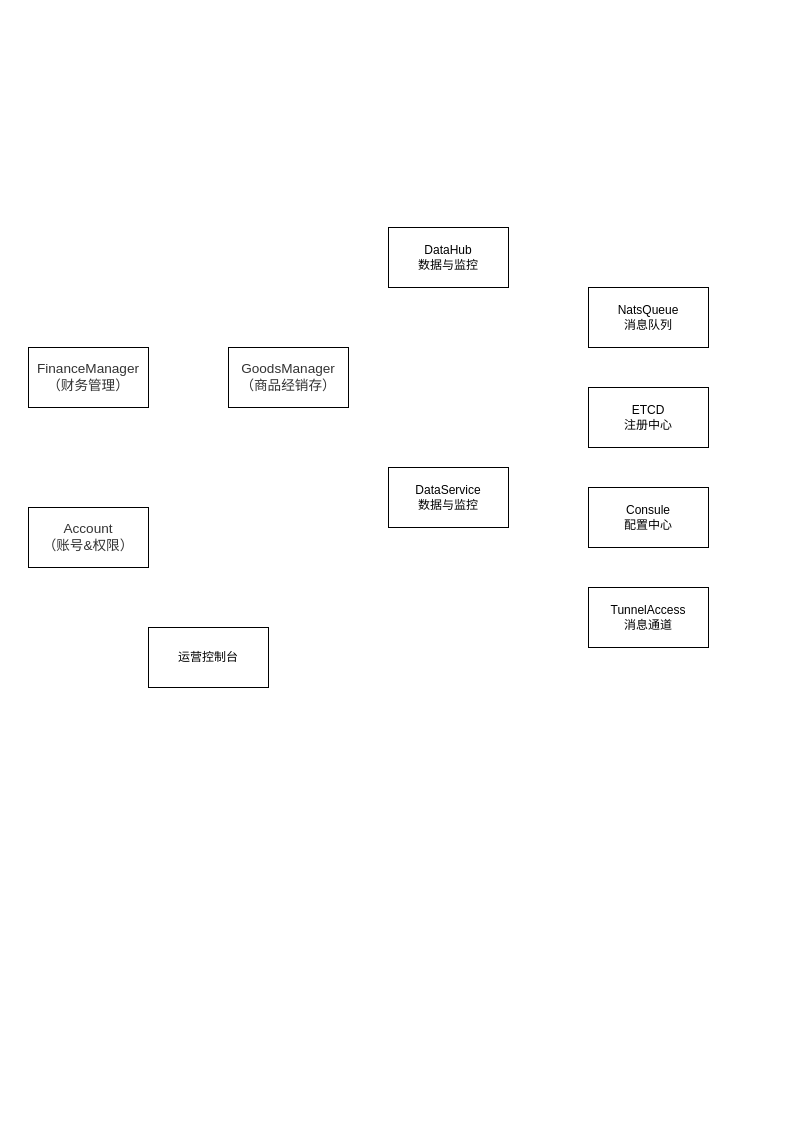
This is saas Diagram.drawio from gaoyong06/saas, a draw.io file, before an edit. Source tidied: cells renumbered, new cells numbered last; positions are measured from the earlier drawing's top-left corner, leaving out a move shared by most shapes. Both pictures are drawn from the tidied source at 100%, with x=0, y=0 at pixel (28, 227).
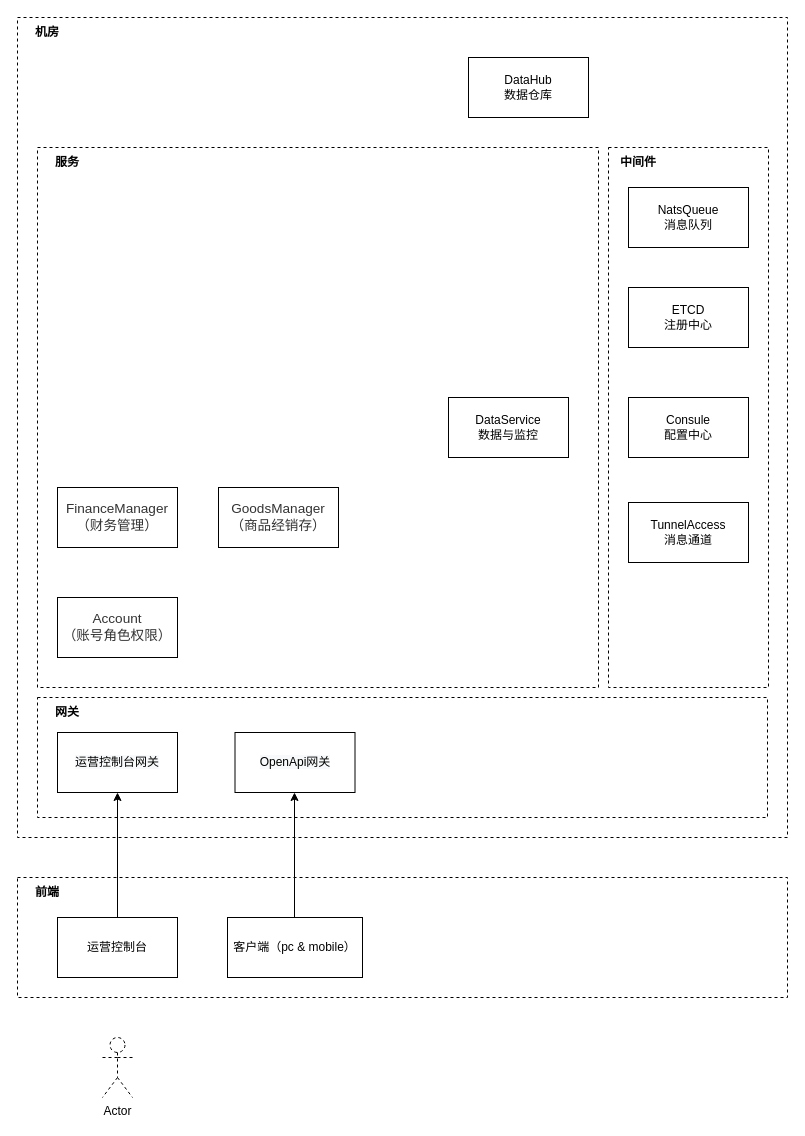
The same diagram, later.

What changed in the source:
```diff
@@
+    <mxCell id="12" style="rounded=0;whiteSpace=wrap;html=1;dashed=1;" parent="1" vertex="1">
+      <mxGeometry x="-11" y="650" width="770" height="120" as="geometry" />
+    </mxCell>
+    <mxCell id="13" value="前端" style="text;html=1;strokeColor=none;fillColor=none;align=center;verticalAlign=middle;whiteSpace=wrap;rounded=0;dashed=1;fontStyle=1;" parent="1" vertex="1">
+      <mxGeometry x="-11" y="650" width="60" height="30" as="geometry" />
+    </mxCell>
     <mxCell id="2" value="运营控制台" style="rounded=0;whiteSpace=wrap;html=1;" parent="1" vertex="1">
-      <mxGeometry x="120" y="400" width="120" height="60" as="geometry" />
+      <mxGeometry x="29" y="690" width="120" height="60" as="geometry" />
     </mxCell>
-    <mxCell id="3" value="&lt;span style=&quot;color: rgb(51 , 51 , 51) ; font-family: &amp;#34;tahoma&amp;#34; , &amp;#34;microsoft yahei&amp;#34; , , , &amp;#34;malgun gothic&amp;#34; , sans-serif ; font-size: 13.6px ; line-height: 16.8px ; text-align: left ; background-color: rgb(255 , 255 , 255)&quot;&gt;FinanceManager&lt;br&gt;（财务管理）&lt;br&gt;&lt;/span&gt;" style="rounded=0;whiteSpace=wrap;html=1;" parent="1" vertex="1">
-      <mxGeometry y="120" width="120" height="60" as="geometry" />
-    </mxCell>
-    <mxCell id="4" value="&lt;span style=&quot;color: rgb(51 , 51 , 51) ; font-family: &amp;#34;tahoma&amp;#34; , &amp;#34;microsoft yahei&amp;#34; , , , &amp;#34;malgun gothic&amp;#34; , sans-serif ; font-size: 13.6px ; line-height: 16.8px ; text-align: left ; background-color: rgb(255 , 255 , 255)&quot;&gt;&lt;span style=&quot;font-family: &amp;#34;tahoma&amp;#34; , &amp;#34;microsoft yahei&amp;#34; , , , &amp;#34;malgun gothic&amp;#34; , sans-serif ; font-size: 13.6px ; line-height: 16.8px&quot;&gt;GoodsManager&lt;/span&gt;&lt;br&gt;（商品经销存）&lt;br&gt;&lt;/span&gt;" style="rounded=0;whiteSpace=wrap;html=1;" parent="1" vertex="1">
-      <mxGeometry x="200" y="120" width="120" height="60" as="geometry" />
-    </mxCell>
-    <mxCell id="5" value="&lt;span style=&quot;color: rgb(51 , 51 , 51) ; font-family: &amp;#34;tahoma&amp;#34; , &amp;#34;microsoft yahei&amp;#34; , , , &amp;#34;malgun gothic&amp;#34; , sans-serif ; font-size: 13.6px ; line-height: 16.8px ; text-align: left ; background-color: rgb(255 , 255 , 255)&quot;&gt;Account&lt;br&gt;（账号&amp;amp;权限）&lt;br&gt;&lt;/span&gt;" style="rounded=0;whiteSpace=wrap;html=1;" parent="1" vertex="1">
-      <mxGeometry y="280" width="120" height="60" as="geometry" />
-    </mxCell>
-    <mxCell id="6" value="DataService&lt;br&gt;数据与监控" style="rounded=0;whiteSpace=wrap;html=1;" parent="1" vertex="1">
-      <mxGeometry x="360" y="240" width="120" height="60" as="geometry" />
-    </mxCell>
-    <mxCell id="7" value="DataHub&lt;br&gt;数据与监控" style="rounded=0;whiteSpace=wrap;html=1;" parent="1" vertex="1">
-      <mxGeometry x="360" width="120" height="60" as="geometry" />
-    </mxCell>
+    <mxCell id="14" value="客户端（pc &amp;amp; mobile）" style="rounded=0;whiteSpace=wrap;html=1;" parent="1" vertex="1">
+      <mxGeometry x="199" y="690" width="135" height="60" as="geometry" />
+    </mxCell>
+    <mxCell id="15" style="rounded=0;whiteSpace=wrap;html=1;dashed=1;" parent="1" vertex="1">
+      <mxGeometry x="-11" y="-210" width="770" height="820" as="geometry" />
+    </mxCell>
+    <mxCell id="16" style="rounded=0;whiteSpace=wrap;html=1;dashed=1;" parent="1" vertex="1">
+      <mxGeometry x="9" y="470" width="730" height="120" as="geometry" />
+    </mxCell>
+    <mxCell id="17" value="机房" style="text;html=1;strokeColor=none;fillColor=none;align=center;verticalAlign=middle;whiteSpace=wrap;rounded=0;dashed=1;fontStyle=1;" parent="1" vertex="1">
+      <mxGeometry x="-11" y="-210" width="60" height="30" as="geometry" />
+    </mxCell>
+    <mxCell id="18" value="网关" style="text;html=1;strokeColor=none;fillColor=none;align=center;verticalAlign=middle;whiteSpace=wrap;rounded=0;dashed=1;fontStyle=1;" parent="1" vertex="1">
+      <mxGeometry x="9" y="470" width="60" height="30" as="geometry" />
+    </mxCell>
+    <mxCell id="19" value="&lt;span style=&quot;color: rgb(51 , 51 , 51) ; font-family: &amp;#34;tahoma&amp;#34; , &amp;#34;microsoft yahei&amp;#34; , , , &amp;#34;malgun gothic&amp;#34; , sans-serif ; font-size: 13.6px ; line-height: 16.8px ; text-align: left ; background-color: rgb(255 , 255 , 255)&quot;&gt;&lt;span style=&quot;color: rgb(0 , 0 , 0) ; font-size: 12px ; text-align: center ; background-color: rgb(248 , 249 , 250)&quot;&gt;运营控制台网关&lt;/span&gt;&lt;br&gt;&lt;/span&gt;" style="rounded=0;whiteSpace=wrap;html=1;" parent="1" vertex="1">
+      <mxGeometry x="29" y="505" width="120" height="60" as="geometry" />
+    </mxCell>
+    <mxCell id="20" value="&lt;span style=&quot;color: rgb(51 , 51 , 51) ; font-family: &amp;#34;tahoma&amp;#34; , &amp;#34;microsoft yahei&amp;#34; , , , &amp;#34;malgun gothic&amp;#34; , sans-serif ; font-size: 13.6px ; line-height: 16.8px ; text-align: left ; background-color: rgb(255 , 255 , 255)&quot;&gt;&lt;span style=&quot;color: rgb(0 , 0 , 0) ; font-size: 12px ; text-align: center ; background-color: rgb(248 , 249 , 250)&quot;&gt;OpenApi网关&lt;/span&gt;&lt;br&gt;&lt;/span&gt;" style="rounded=0;whiteSpace=wrap;html=1;" parent="1" vertex="1">
+      <mxGeometry x="206.5" y="505" width="120" height="60" as="geometry" />
+    </mxCell>
+    <mxCell id="21" style="endArrow=classic;html=1;rounded=0;entryX=0.5;entryY=1;entryDx=0;entryDy=0;exitX=0.5;exitY=0;exitDx=0;exitDy=0;" parent="1" edge="1" source="2" target="19">
+      <mxGeometry relative="1" as="geometry" />
+    </mxCell>
+    <mxCell id="22" style="rounded=0;whiteSpace=wrap;html=1;dashed=1;" parent="1" vertex="1">
+      <mxGeometry x="580" y="-80" width="160" height="540" as="geometry" />
+    </mxCell>
+    <mxCell id="23" value="中间件" style="text;html=1;strokeColor=none;fillColor=none;align=center;verticalAlign=middle;whiteSpace=wrap;rounded=0;dashed=1;fontStyle=1;" parent="1" vertex="1">
+      <mxGeometry x="580" y="-80" width="60" height="30" as="geometry" />
+    </mxCell>
+    <mxCell id="10" value="Consule&lt;br&gt;配置中心" style="rounded=0;whiteSpace=wrap;html=1;" parent="1" vertex="1">
+      <mxGeometry x="600" y="170" width="120" height="60" as="geometry" />
+    </mxCell>
     <mxCell id="8" value="NatsQueue&lt;br&gt;消息队列" style="rounded=0;whiteSpace=wrap;html=1;" parent="1" vertex="1">
-      <mxGeometry x="560" y="60" width="120" height="60" as="geometry" />
+      <mxGeometry x="600" y="-40" width="120" height="60" as="geometry" />
     </mxCell>
     <mxCell id="9" value="ETCD&lt;br&gt;注册中心" style="rounded=0;whiteSpace=wrap;html=1;" parent="1" vertex="1">
-      <mxGeometry x="560" y="160" width="120" height="60" as="geometry" />
+      <mxGeometry x="600" y="60" width="120" height="60" as="geometry" />
     </mxCell>
-    <mxCell id="10" value="Consule&lt;br&gt;配置中心" style="rounded=0;whiteSpace=wrap;html=1;" parent="1" vertex="1">
-      <mxGeometry x="560" y="260" width="120" height="60" as="geometry" />
-    </mxCell>
     <mxCell id="11" value="TunnelAccess&lt;br&gt;消息通道" style="rounded=0;whiteSpace=wrap;html=1;" parent="1" vertex="1">
-      <mxGeometry x="560" y="360" width="120" height="60" as="geometry" />
+      <mxGeometry x="600" y="275" width="120" height="60" as="geometry" />
     </mxCell>
+    <mxCell id="24" style="endArrow=classic;html=1;rounded=0;entryX=0.5;entryY=1;entryDx=0;entryDy=0;exitX=0.5;exitY=0;exitDx=0;exitDy=0;" parent="1" edge="1">
+      <mxGeometry relative="1" as="geometry">
+        <mxPoint x="266" y="690" as="sourcePoint" />
+        <mxPoint x="266" y="565" as="targetPoint" />
+      </mxGeometry>
+    </mxCell>
+    <mxCell id="25" value="DataHub&lt;br&gt;数据仓库" style="rounded=0;whiteSpace=wrap;html=1;" parent="1" vertex="1">
+      <mxGeometry x="440" y="-170" width="120" height="60" as="geometry" />
+    </mxCell>
+    <mxCell id="26" style="rounded=0;whiteSpace=wrap;html=1;dashed=1;" parent="1" vertex="1">
+      <mxGeometry x="9" y="-80" width="561" height="540" as="geometry" />
+    </mxCell>
+    <mxCell id="27" value="服务" style="text;html=1;strokeColor=none;fillColor=none;align=center;verticalAlign=middle;whiteSpace=wrap;rounded=0;dashed=1;fontStyle=1;" parent="1" vertex="1">
+      <mxGeometry x="9" y="-80" width="60" height="30" as="geometry" />
+    </mxCell>
+    <mxCell id="3" value="&lt;span style=&quot;color: rgb(51 , 51 , 51) ; font-family: &amp;#34;tahoma&amp;#34; , &amp;#34;microsoft yahei&amp;#34; , , , &amp;#34;malgun gothic&amp;#34; , sans-serif ; font-size: 13.6px ; line-height: 16.8px ; text-align: left ; background-color: rgb(255 , 255 , 255)&quot;&gt;FinanceManager&lt;br&gt;（财务管理）&lt;br&gt;&lt;/span&gt;" style="rounded=0;whiteSpace=wrap;html=1;" parent="1" vertex="1">
+      <mxGeometry x="29" y="260" width="120" height="60" as="geometry" />
+    </mxCell>
+    <mxCell id="28" value="&lt;span style=&quot;color: rgb(51 , 51 , 51) ; font-family: &amp;#34;tahoma&amp;#34; , &amp;#34;microsoft yahei&amp;#34; , , , &amp;#34;malgun gothic&amp;#34; , sans-serif ; font-size: 13.6px ; line-height: 16.8px ; text-align: left ; background-color: rgb(255 , 255 , 255)&quot;&gt;Account&lt;br&gt;（账号角色权限）&lt;br&gt;&lt;/span&gt;" style="rounded=0;whiteSpace=wrap;html=1;" parent="1" vertex="1">
+      <mxGeometry x="29" y="370" width="120" height="60" as="geometry" />
+    </mxCell>
+    <mxCell id="4" value="&lt;span style=&quot;color: rgb(51 , 51 , 51) ; font-family: &amp;#34;tahoma&amp;#34; , &amp;#34;microsoft yahei&amp;#34; , , , &amp;#34;malgun gothic&amp;#34; , sans-serif ; font-size: 13.6px ; line-height: 16.8px ; text-align: left ; background-color: rgb(255 , 255 , 255)&quot;&gt;&lt;span style=&quot;font-family: &amp;#34;tahoma&amp;#34; , &amp;#34;microsoft yahei&amp;#34; , , , &amp;#34;malgun gothic&amp;#34; , sans-serif ; font-size: 13.6px ; line-height: 16.8px&quot;&gt;GoodsManager&lt;/span&gt;&lt;br&gt;（商品经销存）&lt;br&gt;&lt;/span&gt;" style="rounded=0;whiteSpace=wrap;html=1;" parent="1" vertex="1">
+      <mxGeometry x="190" y="260" width="120" height="60" as="geometry" />
+    </mxCell>
+    <mxCell id="6" value="DataService&lt;br&gt;数据与监控" style="rounded=0;whiteSpace=wrap;html=1;" parent="1" vertex="1">
+      <mxGeometry x="420" y="170" width="120" height="60" as="geometry" />
+    </mxCell>
+    <mxCell id="29" value="Actor" style="shape=umlActor;verticalLabelPosition=bottom;verticalAlign=top;html=1;dashed=1;" parent="1" vertex="1">
+      <mxGeometry x="74" y="810" width="30" height="60" as="geometry" />
+    </mxCell>
```
